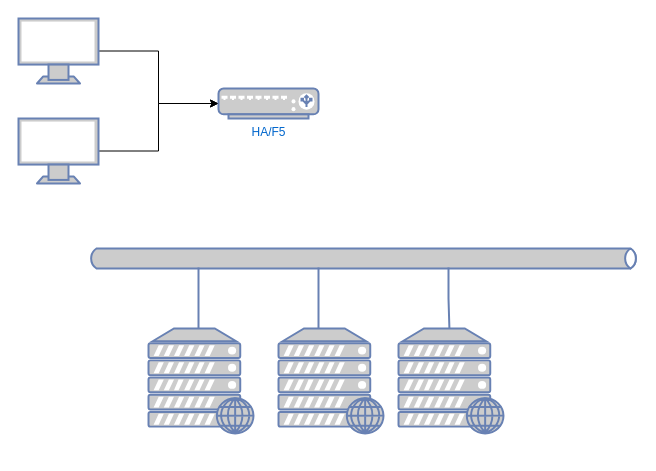
Before: 负载均衡.drawio in zengwenju/myfirsttest, a draw.io diagram. Source tidied: cells renumbered, new cells numbered last; positions are measured from the earlier drawing's top-left corner, leaving out a move shared by most shapes. Both pictures are drawn from the tidied source at 100%, with x=0, y=0 at pixel (18, 18).
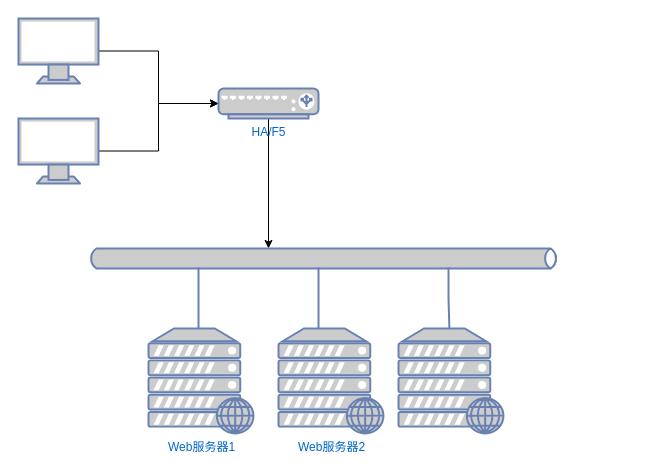
Above is the later version.

Commit message (it also covers changes not shown here):
更新负载均衡.drawio

Change to the diagram source:
```diff
@@
 <mxGraphModel>
   <root>
     <mxCell id="0" />
     <mxCell id="1" parent="0" />
     <mxCell id="2" style="edgeStyle=orthogonalEdgeStyle;rounded=0;jettySize=auto;html=1;entryX=0;entryY=0.5;entryDx=0;entryDy=0;entryPerimeter=0;" parent="1" edge="1" source="3" target="4">
       <mxGeometry relative="1" as="geometry" />
     </mxCell>
     <mxCell id="3" style="fontColor=#0066CC;verticalAlign=top;verticalLabelPosition=bottom;labelPosition=center;align=center;html=1;outlineConnect=0;fillColor=#CCCCCC;strokeColor=#6881B3;gradientColor=none;gradientDirection=north;strokeWidth=2;shape=mxgraph.networks.monitor;" parent="1" vertex="1">
       <mxGeometry y="100" width="80" height="65" as="geometry" />
     </mxCell>
+    <mxCell id="14" style="edgeStyle=orthogonalEdgeStyle;rounded=0;jettySize=auto;html=1;entryX=0.383;entryY=0;entryDx=0;entryDy=0;entryPerimeter=0;" parent="1" edge="1" source="4" target="10">
+      <mxGeometry relative="1" as="geometry" />
+    </mxCell>
     <mxCell id="4" value="HA/F5" style="fontColor=#0066CC;verticalAlign=top;verticalLabelPosition=bottom;labelPosition=center;align=center;html=1;outlineConnect=0;fillColor=#CCCCCC;strokeColor=#6881B3;gradientColor=none;gradientDirection=north;strokeWidth=2;shape=mxgraph.networks.load_balancer;" parent="1" vertex="1">
       <mxGeometry x="200" y="70" width="100" height="30" as="geometry" />
     </mxCell>
     <mxCell id="5" style="edgeStyle=orthogonalEdgeStyle;rounded=0;jettySize=auto;html=1;entryX=0;entryY=0.5;entryDx=0;entryDy=0;entryPerimeter=0;" parent="1" edge="1" source="6" target="4">
       <mxGeometry relative="1" as="geometry" />
     </mxCell>
     <mxCell id="6" style="fontColor=#0066CC;verticalAlign=top;verticalLabelPosition=bottom;labelPosition=center;align=center;html=1;outlineConnect=0;fillColor=#CCCCCC;strokeColor=#6881B3;gradientColor=none;gradientDirection=north;strokeWidth=2;shape=mxgraph.networks.monitor;" parent="1" vertex="1">
       <mxGeometry width="80" height="65" as="geometry" />
     </mxCell>
-    <mxCell id="7" style="fontColor=#0066CC;verticalAlign=top;verticalLabelPosition=bottom;labelPosition=center;align=center;html=1;fillColor=#CCCCCC;strokeColor=#6881B3;gradientColor=none;gradientDirection=north;strokeWidth=2;shape=mxgraph.networks.web_server;" parent="1" vertex="1">
+    <mxCell id="7" value="Web服务器1" style="fontColor=#0066CC;verticalAlign=top;verticalLabelPosition=bottom;labelPosition=center;align=center;html=1;fillColor=#CCCCCC;strokeColor=#6881B3;gradientColor=none;gradientDirection=north;strokeWidth=2;shape=mxgraph.networks.web_server;" parent="1" vertex="1">
       <mxGeometry x="130" y="310" width="105" height="105" as="geometry" />
     </mxCell>
-    <mxCell id="8" style="fontColor=#0066CC;verticalAlign=top;verticalLabelPosition=bottom;labelPosition=center;align=center;html=1;fillColor=#CCCCCC;strokeColor=#6881B3;gradientColor=none;gradientDirection=north;strokeWidth=2;shape=mxgraph.networks.web_server;" parent="1" vertex="1">
+    <mxCell id="8" value="&lt;span style=&quot;color: rgb(0, 102, 204); font-family: Helvetica; font-size: 12px; font-style: normal; font-variant-ligatures: normal; font-variant-caps: normal; font-weight: 400; letter-spacing: normal; orphans: 2; text-align: center; text-indent: 0px; text-transform: none; widows: 2; word-spacing: 0px; -webkit-text-stroke-width: 0px; background-color: rgb(251, 251, 251); text-decoration-thickness: initial; text-decoration-style: initial; text-decoration-color: initial; float: none; display: inline !important;&quot;&gt;Web服务器2&lt;/span&gt;" style="fontColor=#0066CC;verticalAlign=top;verticalLabelPosition=bottom;labelPosition=center;align=center;html=1;fillColor=#CCCCCC;strokeColor=#6881B3;gradientColor=none;gradientDirection=north;strokeWidth=2;shape=mxgraph.networks.web_server;" parent="1" vertex="1">
       <mxGeometry x="260" y="310" width="105" height="105" as="geometry" />
     </mxCell>
     <mxCell id="9" style="fontColor=#0066CC;verticalAlign=top;verticalLabelPosition=bottom;labelPosition=center;align=center;html=1;outlineConnect=0;fillColor=#CCCCCC;strokeColor=#6881B3;gradientColor=none;gradientDirection=north;strokeWidth=2;shape=mxgraph.networks.web_server;" parent="1" vertex="1">
       <mxGeometry x="380" y="310" width="105" height="105" as="geometry" />
     </mxCell>
     <mxCell id="10" style="html=1;fillColor=#CCCCCC;strokeColor=#6881B3;gradientColor=none;gradientDirection=north;strokeWidth=2;shape=mxgraph.networks.bus;gradientColor=none;gradientDirection=north;fontColor=#ffffff;perimeter=backbonePerimeter;backboneSize=20;" parent="1" vertex="1">
-      <mxGeometry x="70" y="230" width="550" height="20" as="geometry" />
+      <mxGeometry x="70" y="230" width="470" height="20" as="geometry" />
     </mxCell>
     <mxCell id="11" style="strokeColor=#6881B3;edgeStyle=none;rounded=0;endArrow=none;html=1;strokeWidth=2;" parent="1" edge="1" target="10">
       <mxGeometry relative="1" as="geometry">
         <mxPoint x="180" y="310" as="sourcePoint" />
       </mxGeometry>
     </mxCell>
     <mxCell id="12" style="strokeColor=#6881B3;edgeStyle=none;rounded=0;endArrow=none;html=1;strokeWidth=2;" parent="1" edge="1" target="10">
       <mxGeometry relative="1" as="geometry">
         <mxPoint x="300" y="310" as="sourcePoint" />
       </mxGeometry>
     </mxCell>
     <mxCell id="13" style="strokeColor=#6881B3;edgeStyle=none;rounded=0;endArrow=none;html=1;strokeWidth=2;" parent="1" edge="1" source="9" target="10">
       <mxGeometry relative="1" as="geometry">
         <Array as="points">
           <mxPoint x="430" y="280" />
         </Array>
       </mxGeometry>
     </mxCell>
   </root>
 </mxGraphModel>
```
